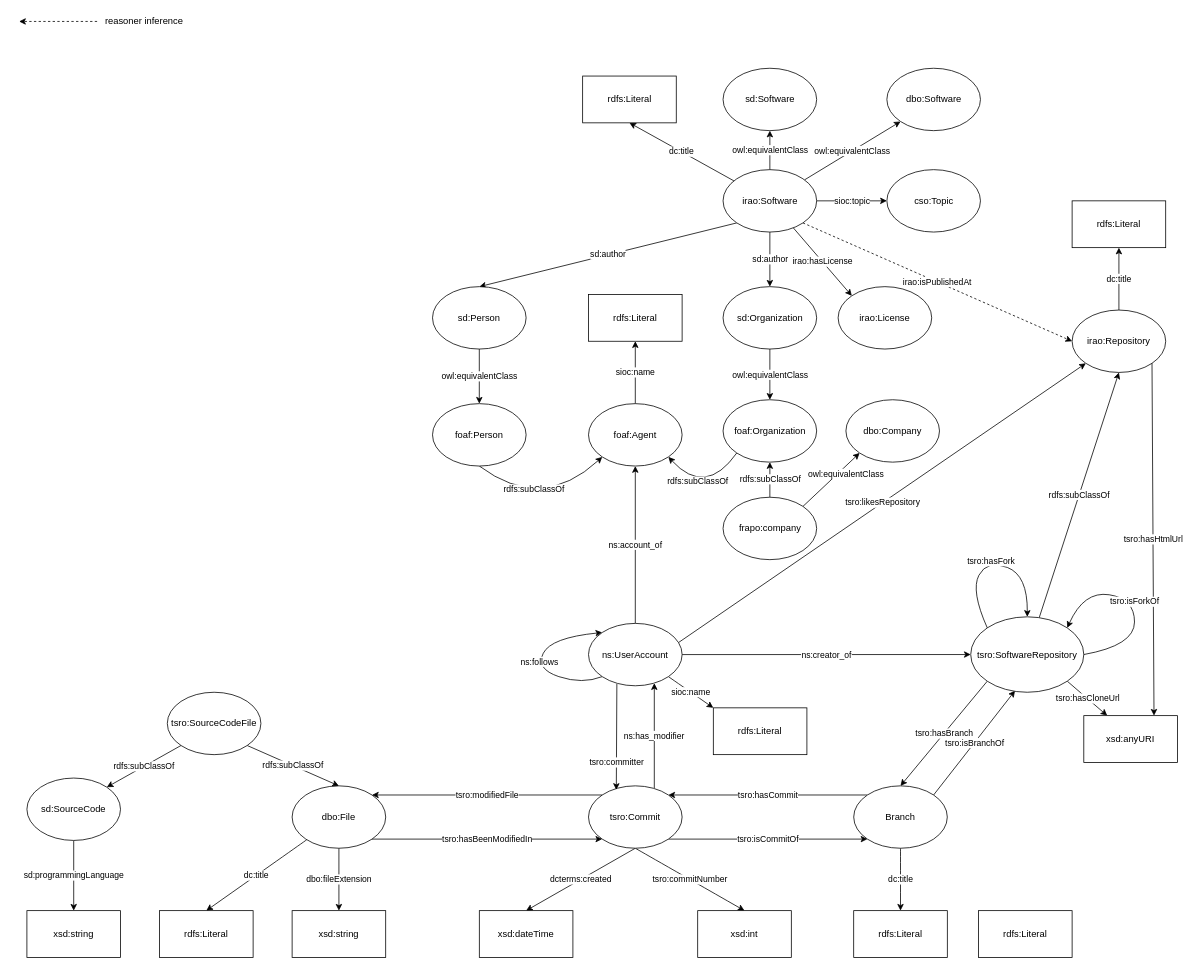
Above: ontologies/The Software Repository Ontology.drawio in sabato-nocera/tsro (draw.io), before the change. Source tidied: cells renumbered, new cells numbered last; positions are measured from the earlier drawing's top-left corner, leaving out a move shared by most shapes. Both pictures are drawn from the tidied source at 78%, with x=0, y=0 at pixel (19, 13).
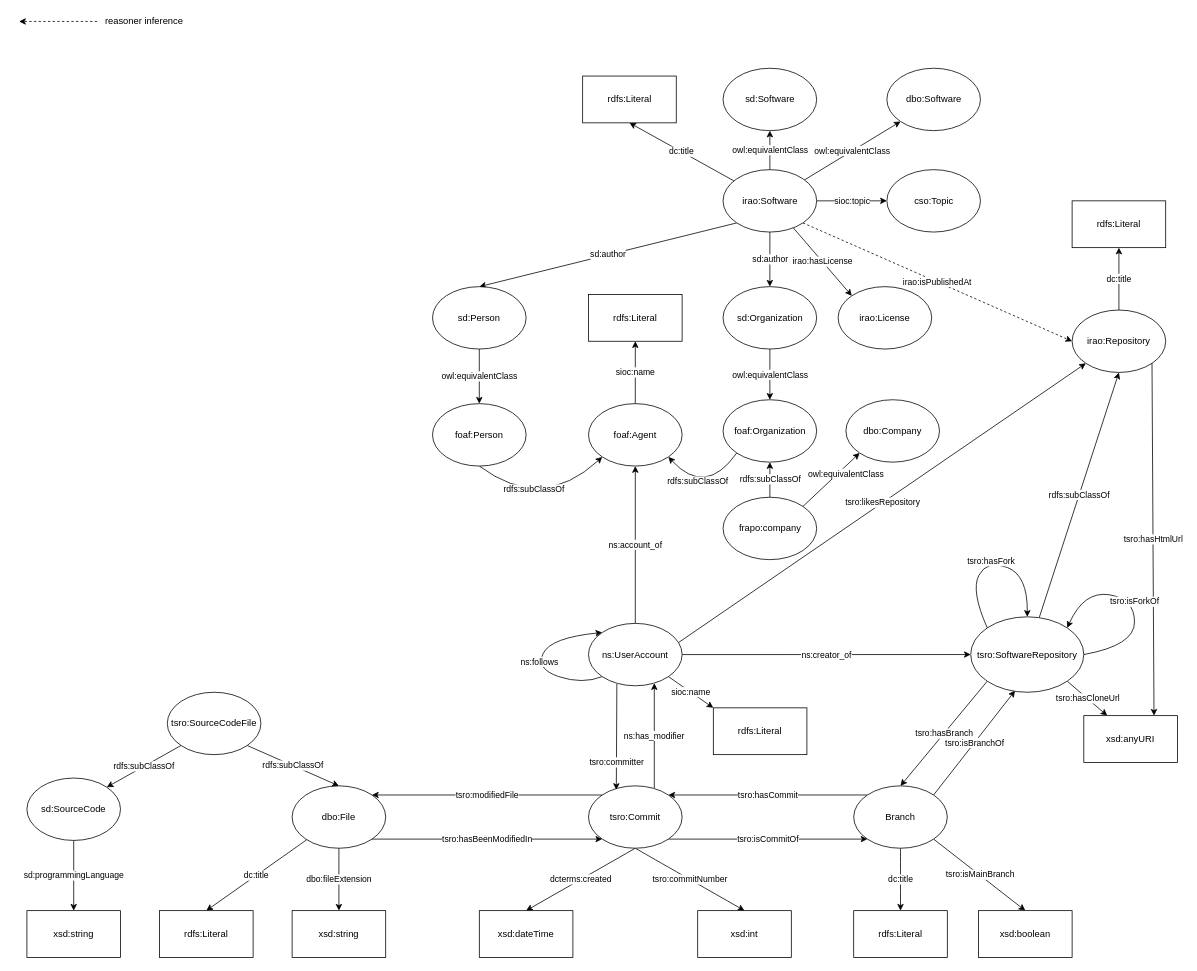
Above is the later version.

The change refers to these unchanged cells:
```xml
<mxCell id="16" value="Branch" style="ellipse;whiteSpace=wrap;html=1;" parent="1" vertex="1">
  <mxGeometry x="1070" y="990" width="120" height="80" as="geometry" />
</mxCell>
```

The edit, as a diff of the source:
```diff
@@
+    <mxCell id="78" value="tsro:isMainBranch" style="rounded=0;jettySize=auto;html=1;exitX=1;exitY=1;exitDx=0;exitDy=0;entryX=0.5;entryY=0;entryDx=0;entryDy=0;" parent="1" edge="1" source="16" target="77">
+      <mxGeometry relative="1" as="geometry" />
+    </mxCell>
@@
-    <mxCell id="77" value="rdfs:Literal" style="whiteSpace=wrap;html=1;" parent="1" vertex="1">
+    <mxCell id="77" value="xsd:boolean" style="whiteSpace=wrap;html=1;" parent="1" vertex="1">
       <mxGeometry x="1230" y="1150" width="120" height="60" as="geometry" />
     </mxCell>
```
